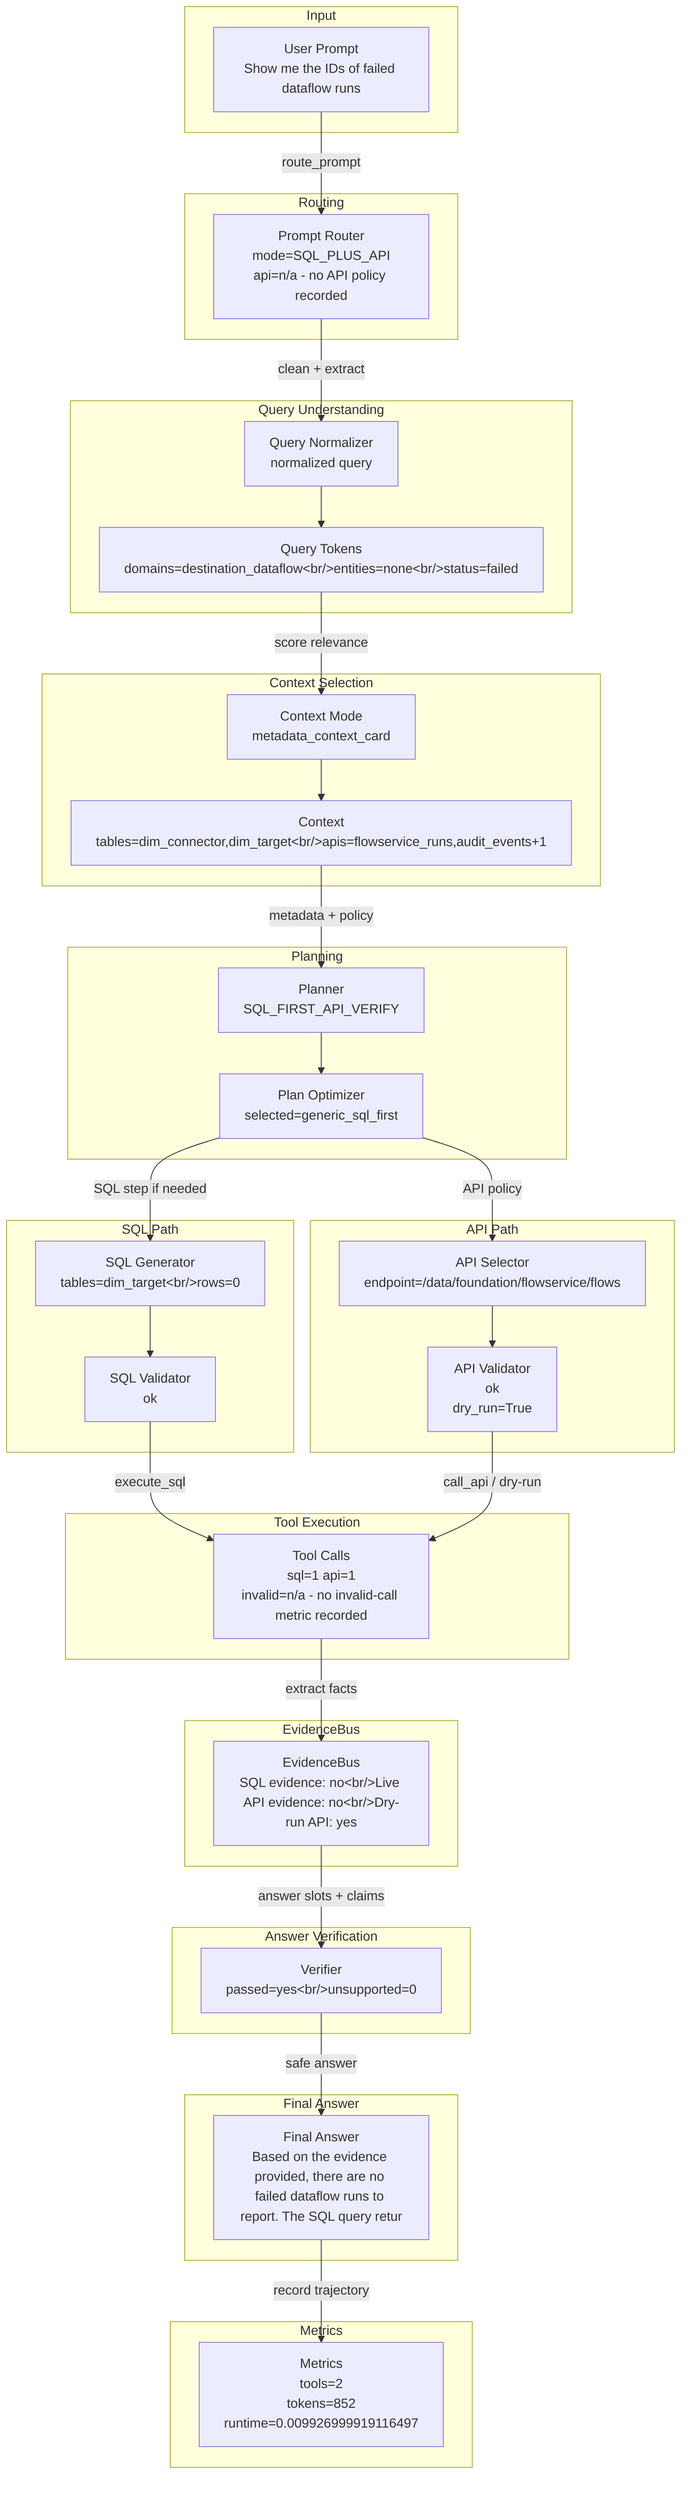
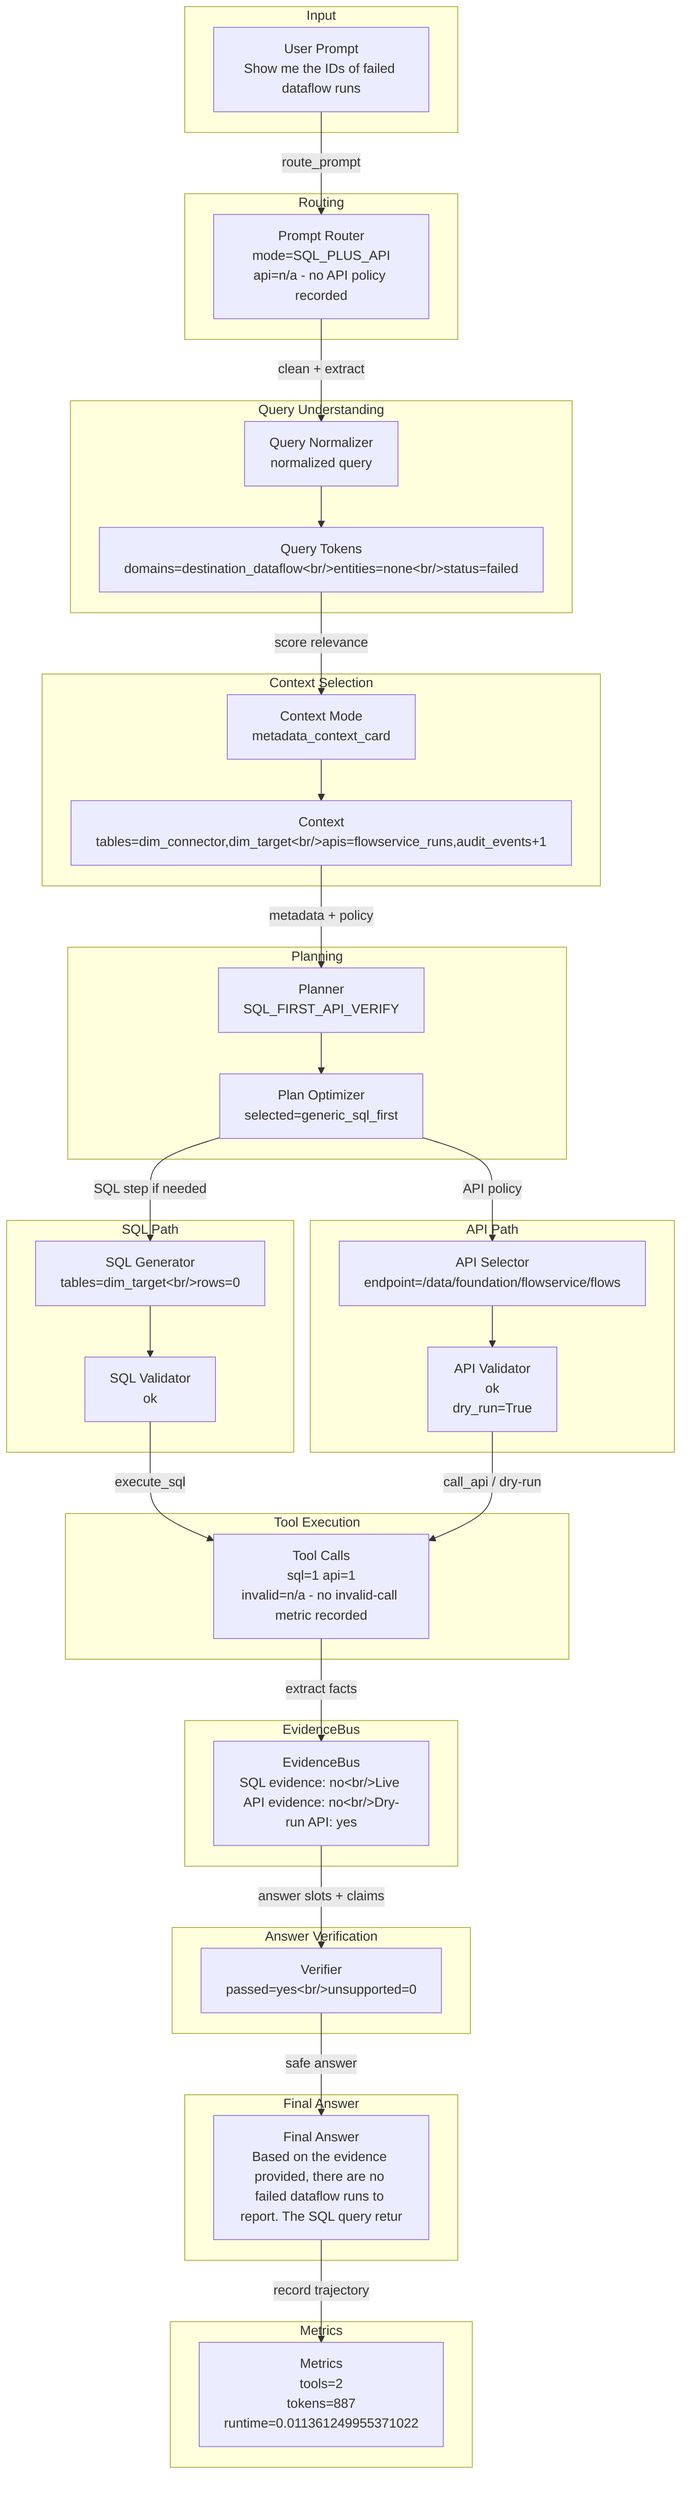
flowchart TD
  subgraph Input
    input_prompt["User Prompt<br/>Show me the IDs of failed dataflow runs"]
  end
  subgraph Routing
    router["Prompt Router<br/>mode=SQL_PLUS_API<br/>api=n/a - no API policy recorded"]
    input_prompt -->|route_prompt| router
  end
  subgraph QueryUnderstanding["Query Understanding"]
    normalizer["Query Normalizer<br/>normalized query"]
    tokens["Query Tokens<br/>domains=destination_dataflow&lt;br/&gt;entities=none&lt;br/&gt;status=failed"]
    router -->|clean + extract| normalizer --> tokens
  end
  subgraph ContextSelection["Context Selection"]
    context["Context Mode<br/>metadata_context_card"]
    candidates["Context<br/>tables=dim_connector,dim_target&lt;br/&gt;apis=flowservice_runs,audit_events+1"]
    tokens -->|score relevance| context --> candidates
  end
  subgraph Planning
    planner["Planner<br/>SQL_FIRST_API_VERIFY"]
    optimizer["Plan Optimizer<br/>selected=generic_sql_first"]
    candidates -->|metadata + policy| planner --> optimizer
  end
  subgraph SQLPath["SQL Path"]
    sqlgen["SQL Generator<br/>tables=dim_target&lt;br/&gt;rows=0"]
    sqlval["SQL Validator<br/>ok"]
    optimizer -->|SQL step if needed| sqlgen --> sqlval
  end
  subgraph APIPath["API Path"]
    apisel["API Selector<br/>endpoint=/data/foundation/flowservice/flows"]
    apival["API Validator<br/>ok<br/>dry_run=True"]
    optimizer -->|API policy| apisel --> apival
  end
  subgraph ToolExecution["Tool Execution"]
    tools["Tool Calls<br/>sql=1 api=1<br/>invalid=n/a - no invalid-call metric recorded"]
    sqlval -->|execute_sql| tools
    apival -->|call_api / dry-run| tools
  end
  subgraph EvidenceBus
    evidence["EvidenceBus<br/>SQL evidence: no&lt;br/&gt;Live API evidence: no&lt;br/&gt;Dry-run API: yes"]
    tools -->|extract facts| evidence
  end
  subgraph AnswerVerification["Answer Verification"]
    verifier["Verifier<br/>passed=yes&lt;br/&gt;unsupported=0"]
    evidence -->|answer slots + claims| verifier
  end
  subgraph FinalAnswer["Final Answer"]
    answer["Final Answer<br/>Based on the evidence provided, there are no failed dataflow runs to report. The SQL query retur"]
    verifier -->|safe answer| answer
  end
  subgraph Metrics
-     metrics["Metrics<br/>tools=2<br/>tokens=852<br/>runtime=0.009926999919116497"]
+     metrics["Metrics<br/>tools=2<br/>tokens=887<br/>runtime=0.011361249955371022"]
    answer -->|record trajectory| metrics
  end
